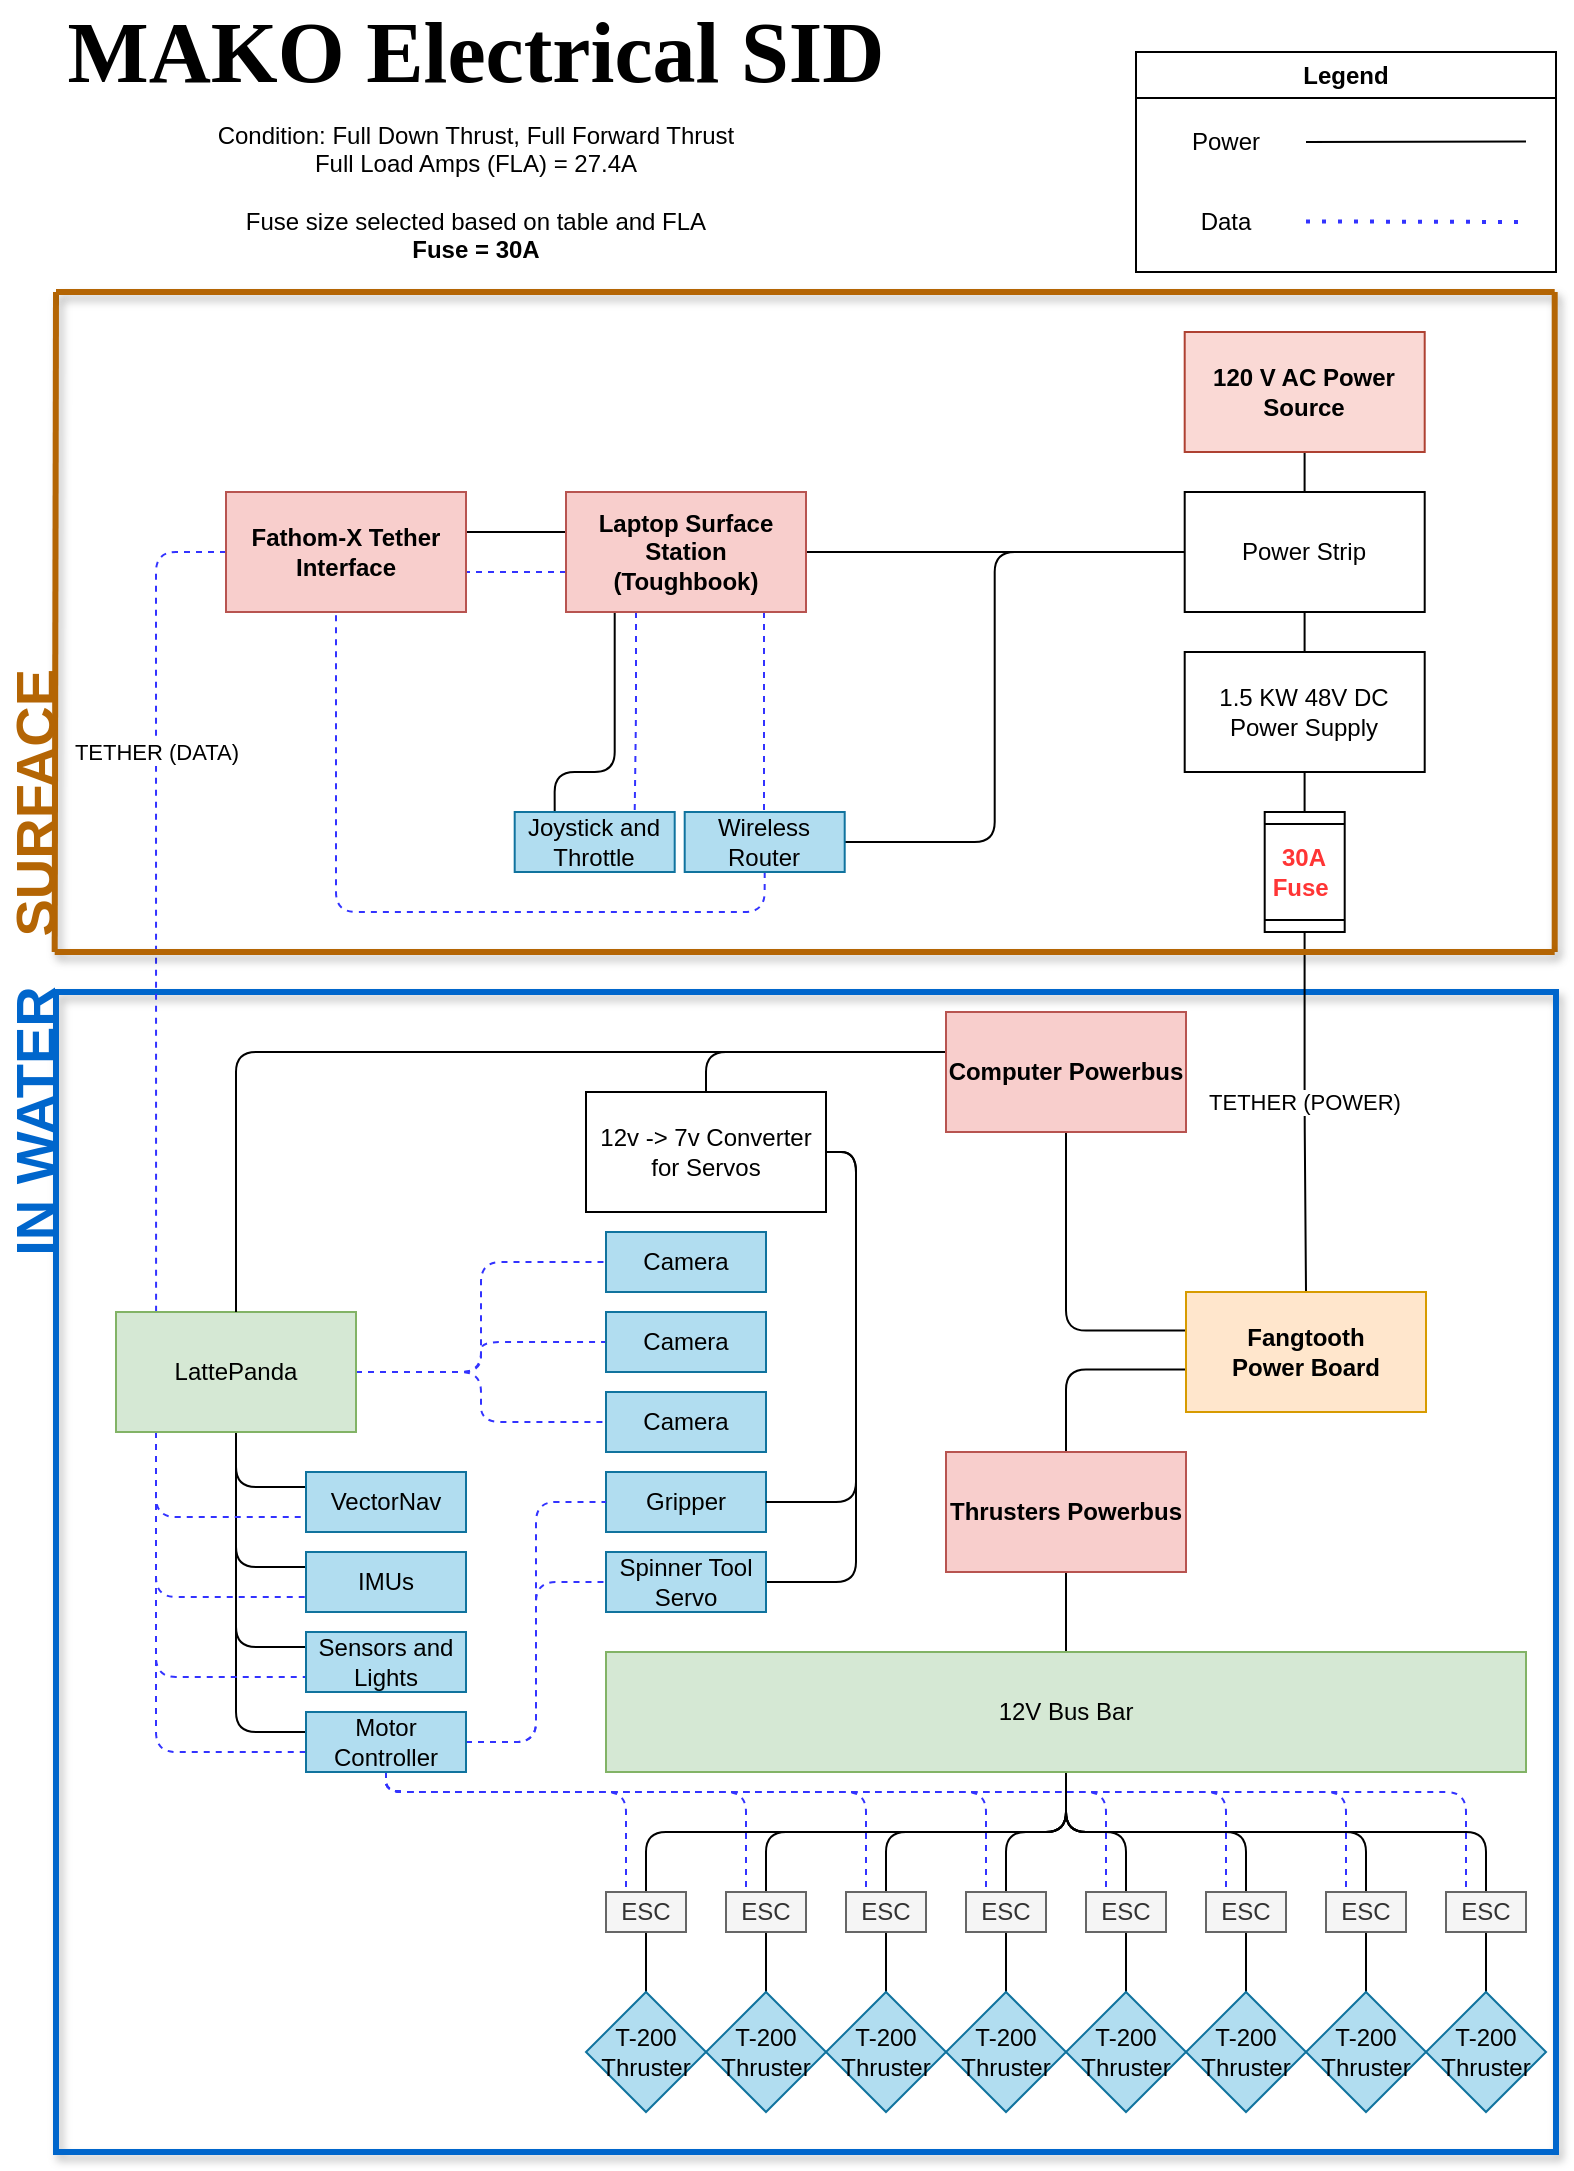
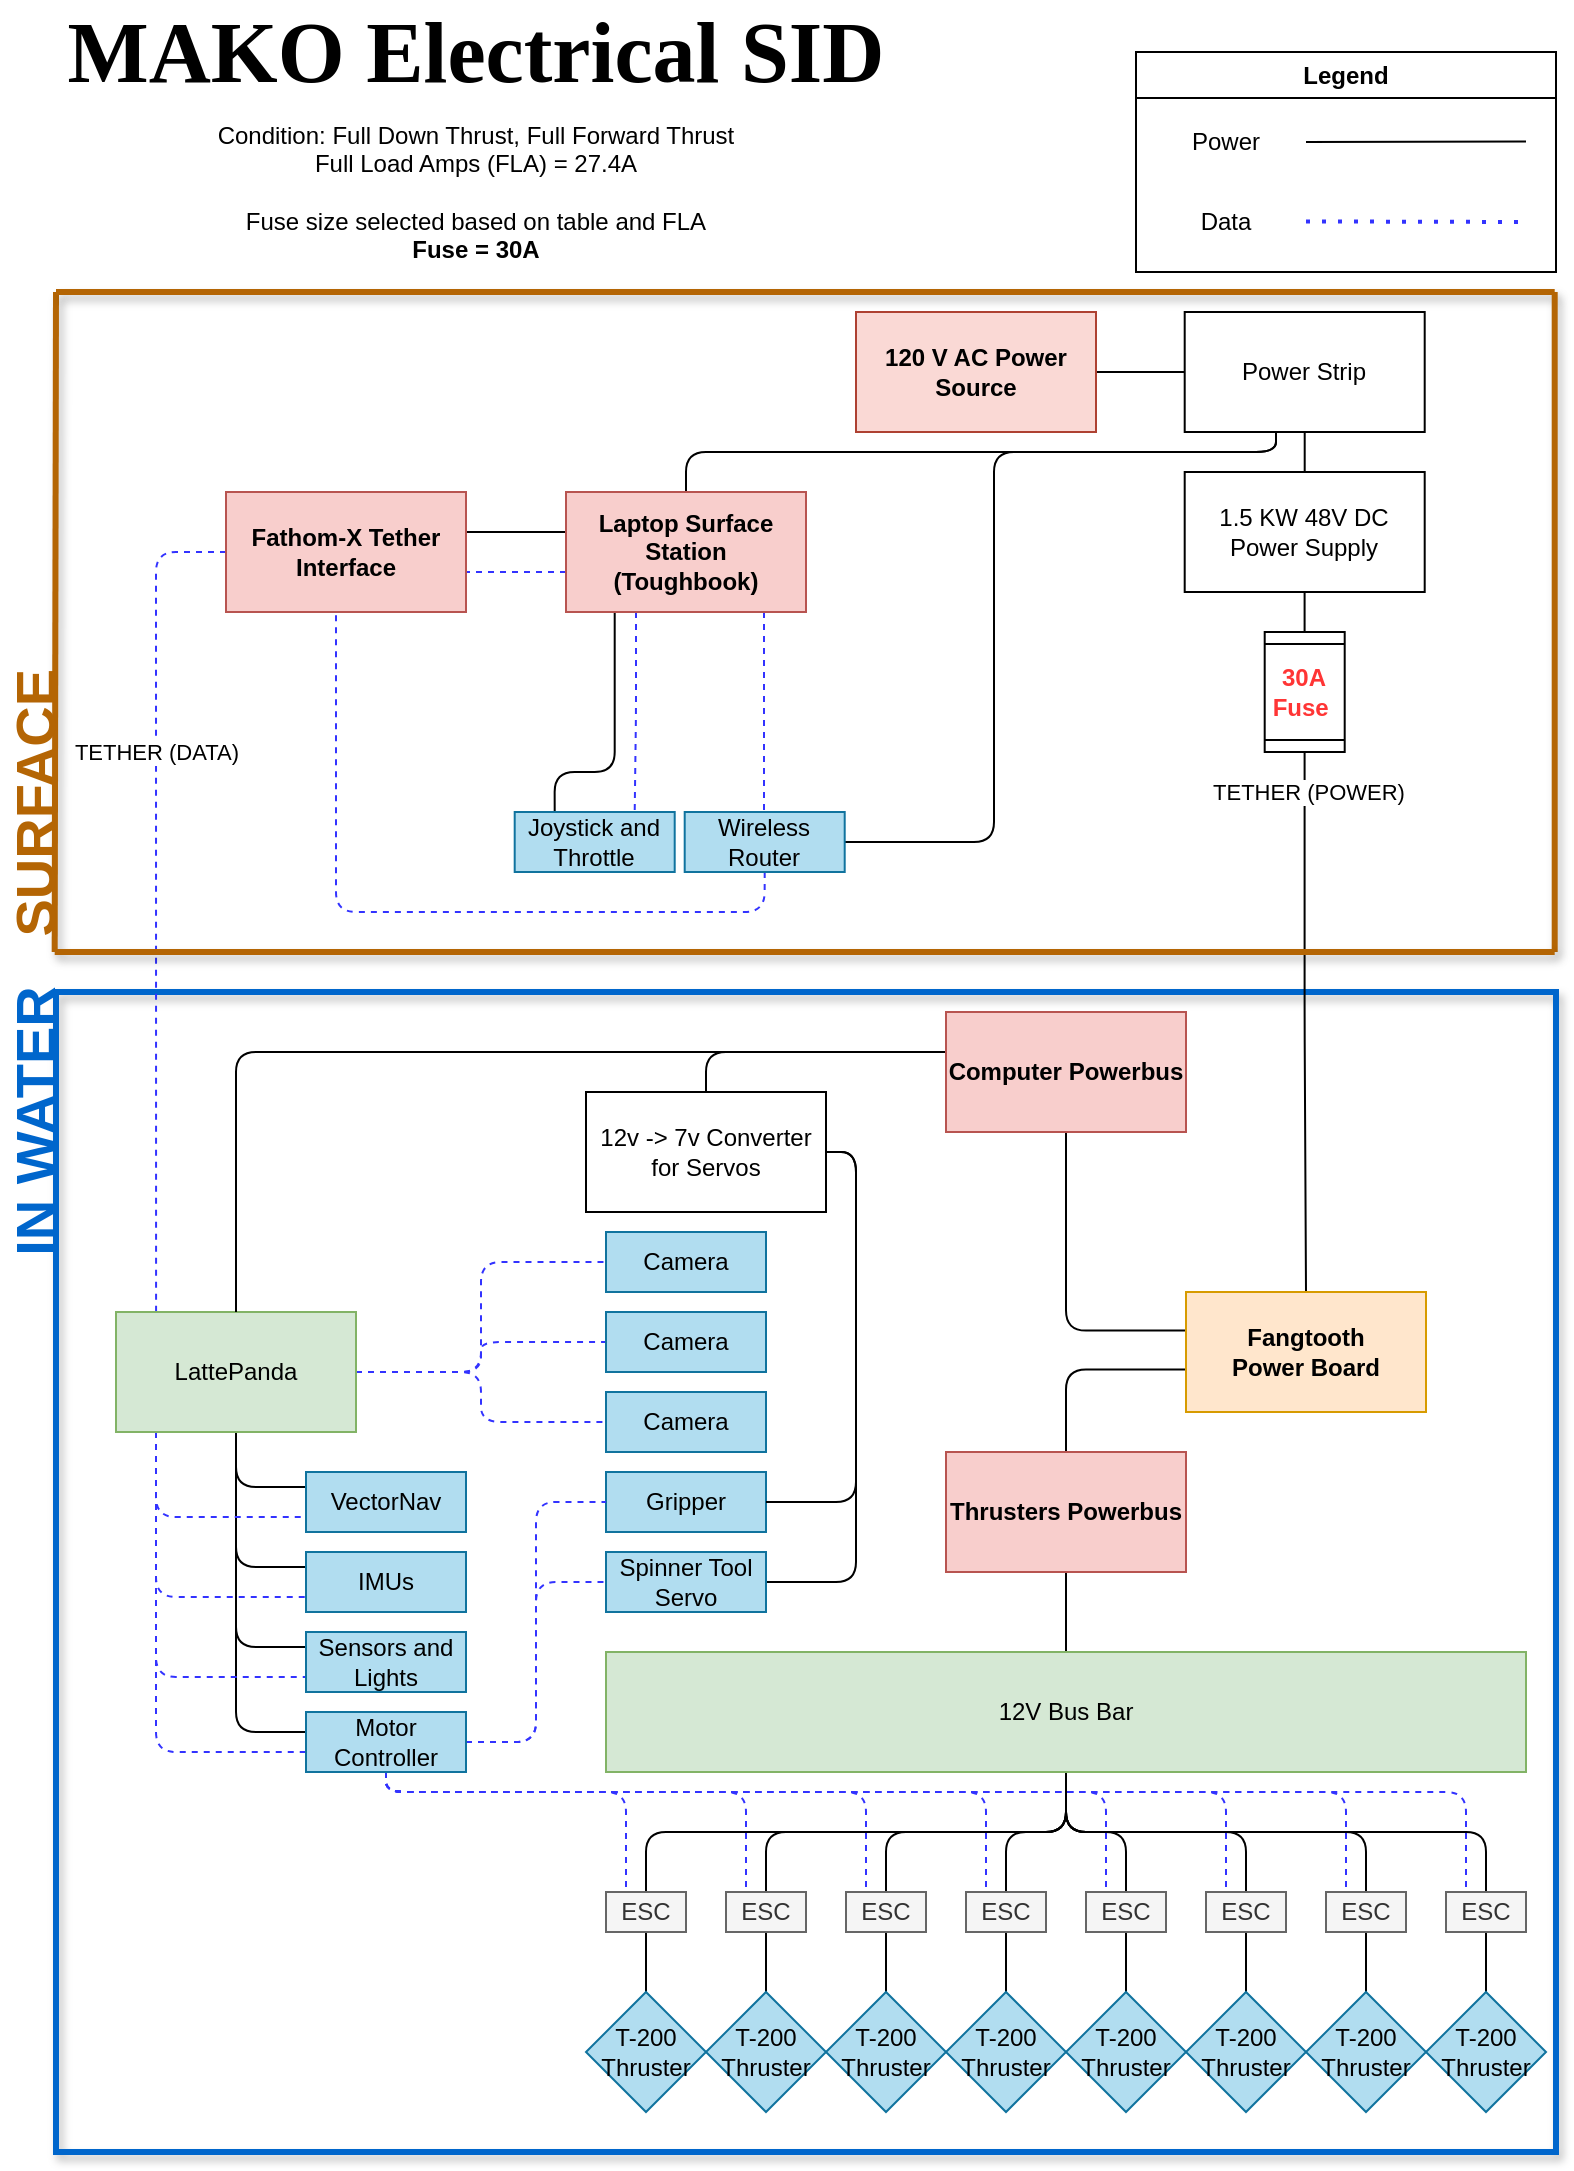
<mxfile host="app.diagrams.net" agent="Mozilla/5.0 (Windows NT 10.0; Win64; x64; rv:139.0) Gecko/20100101 Firefox/139.0">
  <diagram name="Page-1" id="doaNbLGYiiKzRFzNWdXi">
-     <mxGraphModel dx="567" dy="822" grid="1" gridSize="10" guides="1" tooltips="1" connect="1" arrows="1" fold="1" page="1" pageScale="1" pageWidth="850" pageHeight="1100" math="0" shadow="0">
+     <mxGraphModel dx="862" dy="993" grid="1" gridSize="10" guides="1" tooltips="1" connect="1" arrows="1" fold="1" page="1" pageScale="1" pageWidth="850" pageHeight="1100" math="0" shadow="0">
      <root>
        <mxCell id="0" />
        <mxCell id="1" parent="0" />
        <mxCell id="0vSBfI8_46AL9H7hPHAw-18" parent="1" style="rounded=0;whiteSpace=wrap;html=1;fillColor=none;strokeWidth=3;strokeColor=#0066CC;glass=0;shadow=1;" value="" vertex="1">
          <mxGeometry height="580" width="750" x="890" y="500" as="geometry" />
        </mxCell>
        <mxCell id="59XTsty1G1Yx93DkZX_j-1" parent="1" style="text;html=1;whiteSpace=wrap;strokeColor=none;fillColor=none;align=center;verticalAlign=middle;rounded=0;fontFamily=Times New Roman;fontStyle=1" value="&lt;font style=&quot;font-size: 43px;&quot;&gt;&lt;span&gt;MAKO Electrical SID&lt;/span&gt;&lt;/font&gt;" vertex="1">
          <mxGeometry height="40" width="420" x="890" y="10" as="geometry" />
        </mxCell>
        <mxCell id="59XTsty1G1Yx93DkZX_j-24" edge="1" parent="1" style="edgeStyle=orthogonalEdgeStyle;rounded=0;orthogonalLoop=1;jettySize=auto;html=1;exitX=0.5;exitY=1;exitDx=0;exitDy=0;">
          <mxGeometry relative="1" as="geometry">
            <mxPoint x="1435" y="910" as="sourcePoint" />
            <mxPoint x="1435" y="910" as="targetPoint" />
          </mxGeometry>
        </mxCell>
        <mxCell id="59XTsty1G1Yx93DkZX_j-45" parent="1" style="swimlane;whiteSpace=wrap;html=1;" value="Legend" vertex="1">
          <mxGeometry height="110" width="210" x="1430" y="30" as="geometry" />
        </mxCell>
        <mxCell id="59XTsty1G1Yx93DkZX_j-46" parent="59XTsty1G1Yx93DkZX_j-45" style="text;html=1;whiteSpace=wrap;strokeColor=none;fillColor=none;align=center;verticalAlign=middle;rounded=0;" value="Power" vertex="1">
          <mxGeometry height="30" width="60" x="15" y="30" as="geometry" />
        </mxCell>
        <mxCell id="59XTsty1G1Yx93DkZX_j-47" parent="59XTsty1G1Yx93DkZX_j-45" style="text;html=1;whiteSpace=wrap;strokeColor=none;fillColor=none;align=center;verticalAlign=middle;rounded=0;" value="Data" vertex="1">
          <mxGeometry height="30" width="60" x="15" y="70" as="geometry" />
        </mxCell>
        <mxCell id="59XTsty1G1Yx93DkZX_j-53" edge="1" parent="59XTsty1G1Yx93DkZX_j-45" style="endArrow=none;dashed=1;html=1;dashPattern=1 3;strokeWidth=2;strokeColor=#3333FF;" value="">
          <mxGeometry height="50" relative="1" width="50" as="geometry">
            <mxPoint x="85" y="84.72" as="sourcePoint" />
            <mxPoint x="195" y="85" as="targetPoint" />
          </mxGeometry>
        </mxCell>
        <mxCell id="59XTsty1G1Yx93DkZX_j-54" edge="1" parent="59XTsty1G1Yx93DkZX_j-45" style="endArrow=none;html=1;strokeColor=#000000;" value="">
          <mxGeometry height="50" relative="1" width="50" as="geometry">
            <mxPoint x="85" y="45.06" as="sourcePoint" />
            <mxPoint x="195" y="44.78" as="targetPoint" />
          </mxGeometry>
        </mxCell>
        <mxCell id="59XTsty1G1Yx93DkZX_j-216" edge="1" parent="1" source="59XTsty1G1Yx93DkZX_j-57" style="edgeStyle=orthogonalEdgeStyle;orthogonalLoop=1;jettySize=auto;html=1;endArrow=none;endFill=0;" target="59XTsty1G1Yx93DkZX_j-208" value="">
          <mxGeometry relative="1" as="geometry" />
        </mxCell>
        <mxCell id="59XTsty1G1Yx93DkZX_j-57" parent="1" style="rounded=0;whiteSpace=wrap;html=1;fillColor=#fad9d5;strokeColor=#ae4132;fontStyle=1" value="120 V AC Power Source" vertex="1">
-           <mxGeometry height="60" width="120" x="1454.35" y="170" as="geometry" />
+           <mxGeometry height="60" width="120" x="1290" y="160" as="geometry" />
        </mxCell>
        <mxCell id="59XTsty1G1Yx93DkZX_j-71" edge="1" parent="1" source="59XTsty1G1Yx93DkZX_j-66" style="edgeStyle=orthogonalEdgeStyle;orthogonalLoop=1;jettySize=auto;html=1;endArrow=none;endFill=0;" target="59XTsty1G1Yx93DkZX_j-70" value="">
          <mxGeometry relative="1" as="geometry" />
        </mxCell>
        <mxCell id="59XTsty1G1Yx93DkZX_j-66" parent="1" style="rounded=0;whiteSpace=wrap;html=1;" value="&lt;div&gt;1.5 KW 48V DC Power Supply&lt;/div&gt;" vertex="1">
-           <mxGeometry height="60" width="120" x="1454.35" y="330" as="geometry" />
+           <mxGeometry height="60" width="120" x="1454.35" y="240" as="geometry" />
        </mxCell>
        <mxCell id="59XTsty1G1Yx93DkZX_j-81" edge="1" parent="1" source="59XTsty1G1Yx93DkZX_j-70" style="edgeStyle=orthogonalEdgeStyle;orthogonalLoop=1;jettySize=auto;html=1;entryX=0.5;entryY=0;entryDx=0;entryDy=0;endArrow=none;endFill=0;" target="59XTsty1G1Yx93DkZX_j-101" value="">
          <mxGeometry relative="1" as="geometry">
            <mxPoint x="1515" y="470" as="targetPoint" />
          </mxGeometry>
        </mxCell>
        <mxCell id="59XTsty1G1Yx93DkZX_j-99" connectable="0" parent="59XTsty1G1Yx93DkZX_j-81" style="edgeLabel;html=1;align=center;verticalAlign=middle;resizable=0;points=[];" value="TETHER (POWER)" vertex="1">
          <mxGeometry relative="1" x="-0.062" y="-1" as="geometry">
-             <mxPoint as="offset" />
+             <mxPoint x="2" y="-107" as="offset" />
          </mxGeometry>
        </mxCell>
        <mxCell id="59XTsty1G1Yx93DkZX_j-70" parent="1" style="shape=process;whiteSpace=wrap;html=1;backgroundOutline=1;rounded=0;direction=south;" value="&lt;div&gt;&lt;b style=&quot;color: rgb(255, 53, 53);&quot;&gt;30A&lt;/b&gt;&lt;/div&gt;&lt;div&gt;&lt;b style=&quot;color: rgb(255, 53, 53);&quot;&gt;Fuse&amp;nbsp;&lt;/b&gt;&lt;/div&gt;" vertex="1">
-           <mxGeometry height="60" width="40" x="1494.35" y="410" as="geometry" />
+           <mxGeometry height="60" width="40" x="1494.35" y="320" as="geometry" />
        </mxCell>
        <mxCell id="59XTsty1G1Yx93DkZX_j-83" parent="1" style="text;html=1;whiteSpace=wrap;strokeColor=none;fillColor=none;align=center;verticalAlign=middle;rounded=0;" value="&lt;div&gt;Condition: Full Down Thrust, Full Forward Thrust&lt;/div&gt;&lt;div&gt;Full Load Amps (FLA) = 27.4A&lt;/div&gt;&lt;div&gt;&lt;br&gt;&lt;/div&gt;&lt;div&gt;Fuse size selected based on table and FLA&lt;/div&gt;&lt;div&gt;&lt;b&gt;Fuse = 30A&lt;/b&gt;&lt;/div&gt;" vertex="1">
          <mxGeometry height="80" width="410" x="894.9999999999999" y="60" as="geometry" />
        </mxCell>
        <mxCell id="59XTsty1G1Yx93DkZX_j-205" edge="1" parent="1" source="59XTsty1G1Yx93DkZX_j-101" style="edgeStyle=orthogonalEdgeStyle;orthogonalLoop=1;jettySize=auto;html=1;entryX=0.5;entryY=1;entryDx=0;entryDy=0;exitX=-0.004;exitY=0.321;exitDx=0;exitDy=0;exitPerimeter=0;endArrow=none;endFill=0;" target="59XTsty1G1Yx93DkZX_j-180">
          <mxGeometry relative="1" as="geometry" />
        </mxCell>
        <mxCell id="59XTsty1G1Yx93DkZX_j-206" edge="1" parent="1" source="59XTsty1G1Yx93DkZX_j-101" style="edgeStyle=orthogonalEdgeStyle;orthogonalLoop=1;jettySize=auto;html=1;exitX=0.001;exitY=0.645;exitDx=0;exitDy=0;exitPerimeter=0;endArrow=none;endFill=0;" target="59XTsty1G1Yx93DkZX_j-102">
          <mxGeometry relative="1" as="geometry" />
        </mxCell>
        <mxCell id="59XTsty1G1Yx93DkZX_j-101" parent="1" style="rounded=0;whiteSpace=wrap;html=1;fillColor=#ffe6cc;strokeColor=#d79b00;fontStyle=1" value="&lt;div&gt;Fangtooth&lt;/div&gt;&lt;div&gt;Power Board&lt;/div&gt;" vertex="1">
          <mxGeometry height="60" width="120" x="1455" y="650" as="geometry" />
        </mxCell>
        <mxCell id="59XTsty1G1Yx93DkZX_j-113" edge="1" parent="1" source="59XTsty1G1Yx93DkZX_j-102" style="edgeStyle=orthogonalEdgeStyle;orthogonalLoop=1;jettySize=auto;html=1;entryX=0.5;entryY=0;entryDx=0;entryDy=0;endArrow=none;endFill=0;" target="59XTsty1G1Yx93DkZX_j-108">
          <mxGeometry relative="1" as="geometry" />
        </mxCell>
        <mxCell id="59XTsty1G1Yx93DkZX_j-102" parent="1" style="rounded=0;whiteSpace=wrap;html=1;fillColor=#f8cecc;strokeColor=#b85450;fontStyle=1" value="Thrusters Powerbus" vertex="1">
          <mxGeometry height="60" width="120" x="1335" y="730" as="geometry" />
        </mxCell>
        <mxCell id="59XTsty1G1Yx93DkZX_j-135" edge="1" parent="1" source="59XTsty1G1Yx93DkZX_j-108" style="edgeStyle=orthogonalEdgeStyle;orthogonalLoop=1;jettySize=auto;html=1;entryX=0.5;entryY=0;entryDx=0;entryDy=0;endArrow=none;endFill=0;" target="59XTsty1G1Yx93DkZX_j-116">
          <mxGeometry relative="1" as="geometry" />
        </mxCell>
        <mxCell id="59XTsty1G1Yx93DkZX_j-137" edge="1" parent="1" source="59XTsty1G1Yx93DkZX_j-108" style="edgeStyle=orthogonalEdgeStyle;orthogonalLoop=1;jettySize=auto;html=1;entryX=0.5;entryY=0;entryDx=0;entryDy=0;endArrow=none;endFill=0;" target="59XTsty1G1Yx93DkZX_j-120">
          <mxGeometry relative="1" as="geometry" />
        </mxCell>
        <mxCell id="59XTsty1G1Yx93DkZX_j-138" edge="1" parent="1" source="59XTsty1G1Yx93DkZX_j-108" style="edgeStyle=orthogonalEdgeStyle;orthogonalLoop=1;jettySize=auto;html=1;entryX=0.5;entryY=0;entryDx=0;entryDy=0;endArrow=none;endFill=0;" target="59XTsty1G1Yx93DkZX_j-117">
          <mxGeometry relative="1" as="geometry" />
        </mxCell>
        <mxCell id="59XTsty1G1Yx93DkZX_j-139" edge="1" parent="1" source="59XTsty1G1Yx93DkZX_j-108" style="edgeStyle=orthogonalEdgeStyle;orthogonalLoop=1;jettySize=auto;html=1;entryX=0.5;entryY=0;entryDx=0;entryDy=0;endArrow=none;endFill=0;" target="59XTsty1G1Yx93DkZX_j-118">
          <mxGeometry relative="1" as="geometry" />
        </mxCell>
        <mxCell id="59XTsty1G1Yx93DkZX_j-140" edge="1" parent="1" source="59XTsty1G1Yx93DkZX_j-108" style="edgeStyle=orthogonalEdgeStyle;orthogonalLoop=1;jettySize=auto;html=1;entryX=0.5;entryY=0;entryDx=0;entryDy=0;endArrow=none;endFill=0;" target="59XTsty1G1Yx93DkZX_j-121">
          <mxGeometry relative="1" as="geometry" />
        </mxCell>
        <mxCell id="59XTsty1G1Yx93DkZX_j-141" edge="1" parent="1" source="59XTsty1G1Yx93DkZX_j-108" style="edgeStyle=orthogonalEdgeStyle;orthogonalLoop=1;jettySize=auto;html=1;entryX=0.5;entryY=0;entryDx=0;entryDy=0;endArrow=none;endFill=0;" target="59XTsty1G1Yx93DkZX_j-122">
          <mxGeometry relative="1" as="geometry" />
        </mxCell>
        <mxCell id="59XTsty1G1Yx93DkZX_j-142" edge="1" parent="1" source="59XTsty1G1Yx93DkZX_j-108" style="edgeStyle=orthogonalEdgeStyle;orthogonalLoop=1;jettySize=auto;html=1;entryX=0.5;entryY=0;entryDx=0;entryDy=0;endArrow=none;endFill=0;" target="59XTsty1G1Yx93DkZX_j-123">
          <mxGeometry relative="1" as="geometry" />
        </mxCell>
        <mxCell id="59XTsty1G1Yx93DkZX_j-143" edge="1" parent="1" source="59XTsty1G1Yx93DkZX_j-108" style="edgeStyle=orthogonalEdgeStyle;orthogonalLoop=1;jettySize=auto;html=1;endArrow=none;endFill=0;" target="59XTsty1G1Yx93DkZX_j-124">
          <mxGeometry relative="1" as="geometry" />
        </mxCell>
        <mxCell id="59XTsty1G1Yx93DkZX_j-108" parent="1" style="rounded=0;whiteSpace=wrap;html=1;fillColor=#d5e8d4;strokeColor=#82b366;fontStyle=0" value="&lt;span&gt;12V Bus Bar&lt;/span&gt;" vertex="1">
          <mxGeometry height="60" width="460" x="1165" y="830" as="geometry" />
        </mxCell>
        <mxCell id="59XTsty1G1Yx93DkZX_j-158" edge="1" parent="1" source="59XTsty1G1Yx93DkZX_j-111" style="edgeStyle=orthogonalEdgeStyle;orthogonalLoop=1;jettySize=auto;html=1;entryX=0;entryY=0.5;entryDx=0;entryDy=0;dashed=1;strokeColor=#3333FF;endArrow=none;endFill=0;" target="59XTsty1G1Yx93DkZX_j-154">
          <mxGeometry relative="1" as="geometry" />
        </mxCell>
        <mxCell id="59XTsty1G1Yx93DkZX_j-159" edge="1" parent="1" source="59XTsty1G1Yx93DkZX_j-111" style="edgeStyle=orthogonalEdgeStyle;orthogonalLoop=1;jettySize=auto;html=1;entryX=0;entryY=0.5;entryDx=0;entryDy=0;dashed=1;strokeColor=#3333FF;endArrow=none;endFill=0;" target="59XTsty1G1Yx93DkZX_j-153">
          <mxGeometry relative="1" as="geometry" />
        </mxCell>
        <mxCell id="59XTsty1G1Yx93DkZX_j-232" edge="1" parent="1" source="59XTsty1G1Yx93DkZX_j-111" style="edgeStyle=orthogonalEdgeStyle;orthogonalLoop=1;jettySize=auto;html=1;entryX=0;entryY=0.25;entryDx=0;entryDy=0;endArrow=none;endFill=0;" target="59XTsty1G1Yx93DkZX_j-164">
          <mxGeometry relative="1" as="geometry">
            <Array as="points">
              <mxPoint x="980" y="748" />
            </Array>
          </mxGeometry>
        </mxCell>
        <mxCell id="59XTsty1G1Yx93DkZX_j-233" edge="1" parent="1" source="59XTsty1G1Yx93DkZX_j-111" style="edgeStyle=orthogonalEdgeStyle;orthogonalLoop=1;jettySize=auto;html=1;entryX=0;entryY=0.25;entryDx=0;entryDy=0;endArrow=none;endFill=0;" target="59XTsty1G1Yx93DkZX_j-163">
          <mxGeometry relative="1" as="geometry">
            <Array as="points">
              <mxPoint x="980" y="788" />
            </Array>
          </mxGeometry>
        </mxCell>
        <mxCell id="59XTsty1G1Yx93DkZX_j-234" edge="1" parent="1" source="59XTsty1G1Yx93DkZX_j-111" style="edgeStyle=orthogonalEdgeStyle;orthogonalLoop=1;jettySize=auto;html=1;entryX=0;entryY=0.25;entryDx=0;entryDy=0;endArrow=none;endFill=0;" target="59XTsty1G1Yx93DkZX_j-165">
          <mxGeometry relative="1" as="geometry">
            <Array as="points">
              <mxPoint x="980" y="828" />
            </Array>
          </mxGeometry>
        </mxCell>
        <mxCell id="59XTsty1G1Yx93DkZX_j-235" edge="1" parent="1" source="59XTsty1G1Yx93DkZX_j-111" style="edgeStyle=orthogonalEdgeStyle;orthogonalLoop=1;jettySize=auto;html=1;entryX=0.003;entryY=0.353;entryDx=0;entryDy=0;entryPerimeter=0;endArrow=none;endFill=0;" target="59XTsty1G1Yx93DkZX_j-231">
          <mxGeometry relative="1" as="geometry">
            <Array as="points">
              <mxPoint x="980" y="870" />
              <mxPoint x="1015" y="870" />
            </Array>
          </mxGeometry>
        </mxCell>
        <mxCell id="59XTsty1G1Yx93DkZX_j-236" edge="1" parent="1" source="59XTsty1G1Yx93DkZX_j-111" style="edgeStyle=orthogonalEdgeStyle;orthogonalLoop=1;jettySize=auto;html=1;entryX=-0.002;entryY=0.647;entryDx=0;entryDy=0;dashed=1;strokeColor=#3333FF;entryPerimeter=0;endArrow=none;endFill=0;" target="59XTsty1G1Yx93DkZX_j-231">
          <mxGeometry relative="1" as="geometry">
            <Array as="points">
              <mxPoint x="940" y="880" />
              <mxPoint x="1015" y="880" />
            </Array>
          </mxGeometry>
        </mxCell>
        <mxCell id="59XTsty1G1Yx93DkZX_j-237" edge="1" parent="1" source="59XTsty1G1Yx93DkZX_j-111" style="edgeStyle=orthogonalEdgeStyle;orthogonalLoop=1;jettySize=auto;html=1;entryX=0;entryY=0.75;entryDx=0;entryDy=0;dashed=1;strokeColor=#3333FF;endArrow=none;endFill=0;" target="59XTsty1G1Yx93DkZX_j-165">
          <mxGeometry relative="1" as="geometry">
            <Array as="points">
              <mxPoint x="940" y="843" />
            </Array>
          </mxGeometry>
        </mxCell>
        <mxCell id="59XTsty1G1Yx93DkZX_j-238" edge="1" parent="1" source="59XTsty1G1Yx93DkZX_j-111" style="edgeStyle=orthogonalEdgeStyle;orthogonalLoop=1;jettySize=auto;html=1;entryX=0;entryY=0.75;entryDx=0;entryDy=0;dashed=1;strokeColor=#3333FF;endArrow=none;endFill=0;" target="59XTsty1G1Yx93DkZX_j-163">
          <mxGeometry relative="1" as="geometry">
            <Array as="points">
              <mxPoint x="940" y="803" />
            </Array>
          </mxGeometry>
        </mxCell>
        <mxCell id="59XTsty1G1Yx93DkZX_j-239" edge="1" parent="1" source="59XTsty1G1Yx93DkZX_j-111" style="edgeStyle=orthogonalEdgeStyle;orthogonalLoop=1;jettySize=auto;html=1;entryX=0;entryY=0.75;entryDx=0;entryDy=0;dashed=1;strokeColor=#3333FF;endArrow=none;endFill=0;" target="59XTsty1G1Yx93DkZX_j-164">
          <mxGeometry relative="1" as="geometry">
            <Array as="points">
              <mxPoint x="940" y="763" />
            </Array>
          </mxGeometry>
        </mxCell>
        <mxCell id="0vSBfI8_46AL9H7hPHAw-38" edge="1" parent="1" source="59XTsty1G1Yx93DkZX_j-111" style="edgeStyle=orthogonalEdgeStyle;rounded=1;orthogonalLoop=1;jettySize=auto;html=1;entryX=0;entryY=0.5;entryDx=0;entryDy=0;curved=0;endArrow=none;endFill=0;dashed=1;strokeColor=#3333FF;" target="0vSBfI8_46AL9H7hPHAw-37">
          <mxGeometry relative="1" as="geometry" />
        </mxCell>
        <mxCell id="59XTsty1G1Yx93DkZX_j-111" parent="1" style="rounded=0;whiteSpace=wrap;html=1;fillColor=#d5e8d4;strokeColor=#82b366;" value="LattePanda" vertex="1">
          <mxGeometry height="60" width="120" x="920" y="660" as="geometry" />
        </mxCell>
        <mxCell id="59XTsty1G1Yx93DkZX_j-145" edge="1" parent="1" source="59XTsty1G1Yx93DkZX_j-116" style="edgeStyle=orthogonalEdgeStyle;orthogonalLoop=1;jettySize=auto;html=1;entryX=0.5;entryY=0;entryDx=0;entryDy=0;endArrow=none;endFill=0;" target="59XTsty1G1Yx93DkZX_j-126">
          <mxGeometry relative="1" as="geometry" />
        </mxCell>
        <mxCell id="59XTsty1G1Yx93DkZX_j-116" parent="1" style="rounded=0;whiteSpace=wrap;html=1;fillColor=#f5f5f5;fontColor=#333333;strokeColor=#666666;" value="ESC" vertex="1">
          <mxGeometry height="20" width="40" x="1165" y="950" as="geometry" />
        </mxCell>
        <mxCell id="59XTsty1G1Yx93DkZX_j-147" edge="1" parent="1" source="59XTsty1G1Yx93DkZX_j-117" style="edgeStyle=orthogonalEdgeStyle;orthogonalLoop=1;jettySize=auto;html=1;entryX=0.5;entryY=0;entryDx=0;entryDy=0;endArrow=none;endFill=0;" target="59XTsty1G1Yx93DkZX_j-128">
          <mxGeometry relative="1" as="geometry" />
        </mxCell>
        <mxCell id="59XTsty1G1Yx93DkZX_j-117" parent="1" style="rounded=0;whiteSpace=wrap;html=1;fillColor=#f5f5f5;fontColor=#333333;strokeColor=#666666;" value="ESC" vertex="1">
          <mxGeometry height="20" width="40" x="1285" y="950" as="geometry" />
        </mxCell>
        <mxCell id="59XTsty1G1Yx93DkZX_j-148" edge="1" parent="1" source="59XTsty1G1Yx93DkZX_j-118" style="edgeStyle=orthogonalEdgeStyle;orthogonalLoop=1;jettySize=auto;html=1;entryX=0.5;entryY=0;entryDx=0;entryDy=0;endArrow=none;endFill=0;" target="59XTsty1G1Yx93DkZX_j-129">
          <mxGeometry relative="1" as="geometry" />
        </mxCell>
        <mxCell id="59XTsty1G1Yx93DkZX_j-118" parent="1" style="rounded=0;whiteSpace=wrap;html=1;fillColor=#f5f5f5;fontColor=#333333;strokeColor=#666666;" value="ESC" vertex="1">
          <mxGeometry height="20" width="40" x="1345" y="950" as="geometry" />
        </mxCell>
        <mxCell id="59XTsty1G1Yx93DkZX_j-146" edge="1" parent="1" source="59XTsty1G1Yx93DkZX_j-120" style="edgeStyle=orthogonalEdgeStyle;orthogonalLoop=1;jettySize=auto;html=1;entryX=0.5;entryY=0;entryDx=0;entryDy=0;endArrow=none;endFill=0;" target="59XTsty1G1Yx93DkZX_j-127">
          <mxGeometry relative="1" as="geometry" />
        </mxCell>
        <mxCell id="59XTsty1G1Yx93DkZX_j-120" parent="1" style="rounded=0;whiteSpace=wrap;html=1;fillColor=#f5f5f5;fontColor=#333333;strokeColor=#666666;" value="ESC" vertex="1">
          <mxGeometry height="20" width="40" x="1225" y="950" as="geometry" />
        </mxCell>
        <mxCell id="59XTsty1G1Yx93DkZX_j-149" edge="1" parent="1" source="59XTsty1G1Yx93DkZX_j-121" style="edgeStyle=orthogonalEdgeStyle;orthogonalLoop=1;jettySize=auto;html=1;entryX=0.5;entryY=0;entryDx=0;entryDy=0;endArrow=none;endFill=0;" target="59XTsty1G1Yx93DkZX_j-130">
          <mxGeometry relative="1" as="geometry" />
        </mxCell>
        <mxCell id="59XTsty1G1Yx93DkZX_j-121" parent="1" style="rounded=0;whiteSpace=wrap;html=1;fillColor=#f5f5f5;fontColor=#333333;strokeColor=#666666;" value="ESC" vertex="1">
          <mxGeometry height="20" width="40" x="1405" y="950" as="geometry" />
        </mxCell>
        <mxCell id="59XTsty1G1Yx93DkZX_j-150" edge="1" parent="1" source="59XTsty1G1Yx93DkZX_j-122" style="edgeStyle=orthogonalEdgeStyle;orthogonalLoop=1;jettySize=auto;html=1;entryX=0.5;entryY=0;entryDx=0;entryDy=0;endArrow=none;endFill=0;" target="59XTsty1G1Yx93DkZX_j-131">
          <mxGeometry relative="1" as="geometry" />
        </mxCell>
        <mxCell id="59XTsty1G1Yx93DkZX_j-122" parent="1" style="rounded=0;whiteSpace=wrap;html=1;fillColor=#f5f5f5;fontColor=#333333;strokeColor=#666666;" value="ESC" vertex="1">
          <mxGeometry height="20" width="40" x="1465" y="950" as="geometry" />
        </mxCell>
        <mxCell id="59XTsty1G1Yx93DkZX_j-151" edge="1" parent="1" source="59XTsty1G1Yx93DkZX_j-123" style="edgeStyle=orthogonalEdgeStyle;orthogonalLoop=1;jettySize=auto;html=1;entryX=0.5;entryY=0;entryDx=0;entryDy=0;endArrow=none;endFill=0;" target="59XTsty1G1Yx93DkZX_j-132">
          <mxGeometry relative="1" as="geometry" />
        </mxCell>
        <mxCell id="59XTsty1G1Yx93DkZX_j-123" parent="1" style="rounded=0;whiteSpace=wrap;html=1;fillColor=#f5f5f5;fontColor=#333333;strokeColor=#666666;" value="ESC" vertex="1">
          <mxGeometry height="20" width="40" x="1525" y="950" as="geometry" />
        </mxCell>
        <mxCell id="59XTsty1G1Yx93DkZX_j-152" edge="1" parent="1" source="59XTsty1G1Yx93DkZX_j-124" style="edgeStyle=orthogonalEdgeStyle;orthogonalLoop=1;jettySize=auto;html=1;entryX=0.5;entryY=0;entryDx=0;entryDy=0;endArrow=none;endFill=0;" target="59XTsty1G1Yx93DkZX_j-133">
          <mxGeometry relative="1" as="geometry" />
        </mxCell>
        <mxCell id="59XTsty1G1Yx93DkZX_j-124" parent="1" style="rounded=0;whiteSpace=wrap;html=1;fillColor=#f5f5f5;fontColor=#333333;strokeColor=#666666;" value="ESC" vertex="1">
          <mxGeometry height="20" width="40" x="1585" y="950" as="geometry" />
        </mxCell>
        <mxCell id="59XTsty1G1Yx93DkZX_j-126" parent="1" style="rhombus;whiteSpace=wrap;html=1;fillColor=#b1ddf0;strokeColor=#10739e;" value="T-200 Thruster" vertex="1">
          <mxGeometry height="60" width="60" x="1155" y="1000" as="geometry" />
        </mxCell>
        <mxCell id="59XTsty1G1Yx93DkZX_j-127" parent="1" style="rhombus;whiteSpace=wrap;html=1;fillColor=#b1ddf0;strokeColor=#10739e;" value="T-200 Thruster" vertex="1">
          <mxGeometry height="60" width="60" x="1215" y="1000" as="geometry" />
        </mxCell>
        <mxCell id="59XTsty1G1Yx93DkZX_j-128" parent="1" style="rhombus;whiteSpace=wrap;html=1;fillColor=#b1ddf0;strokeColor=#10739e;" value="T-200 Thruster" vertex="1">
          <mxGeometry height="60" width="60" x="1275" y="1000" as="geometry" />
        </mxCell>
        <mxCell id="59XTsty1G1Yx93DkZX_j-129" parent="1" style="rhombus;whiteSpace=wrap;html=1;fillColor=#b1ddf0;strokeColor=#10739e;" value="T-200 Thruster" vertex="1">
          <mxGeometry height="60" width="60" x="1335" y="1000" as="geometry" />
        </mxCell>
        <mxCell id="59XTsty1G1Yx93DkZX_j-130" parent="1" style="rhombus;whiteSpace=wrap;html=1;fillColor=#b1ddf0;strokeColor=#10739e;" value="T-200 Thruster" vertex="1">
          <mxGeometry height="60" width="60" x="1395" y="1000" as="geometry" />
        </mxCell>
        <mxCell id="59XTsty1G1Yx93DkZX_j-131" parent="1" style="rhombus;whiteSpace=wrap;html=1;fillColor=#b1ddf0;strokeColor=#10739e;" value="T-200 Thruster" vertex="1">
          <mxGeometry height="60" width="60" x="1455" y="1000" as="geometry" />
        </mxCell>
        <mxCell id="59XTsty1G1Yx93DkZX_j-132" parent="1" style="rhombus;whiteSpace=wrap;html=1;fillColor=#b1ddf0;strokeColor=#10739e;" value="T-200 Thruster" vertex="1">
          <mxGeometry height="60" width="60" x="1515" y="1000" as="geometry" />
        </mxCell>
        <mxCell id="59XTsty1G1Yx93DkZX_j-133" parent="1" style="rhombus;whiteSpace=wrap;html=1;fillColor=#b1ddf0;strokeColor=#10739e;" value="T-200 Thruster" vertex="1">
          <mxGeometry height="60" width="60" x="1575" y="1000" as="geometry" />
        </mxCell>
        <mxCell id="59XTsty1G1Yx93DkZX_j-153" parent="1" style="rounded=0;whiteSpace=wrap;html=1;fillColor=#b1ddf0;strokeColor=#10739e;" value="Camera" vertex="1">
          <mxGeometry height="30" width="80" x="1165" y="660" as="geometry" />
        </mxCell>
        <mxCell id="59XTsty1G1Yx93DkZX_j-154" parent="1" style="rounded=0;whiteSpace=wrap;html=1;fillColor=#b1ddf0;strokeColor=#10739e;" value="Camera" vertex="1">
          <mxGeometry height="30" width="80" x="1165" y="700" as="geometry" />
        </mxCell>
        <mxCell id="59XTsty1G1Yx93DkZX_j-155" parent="1" style="rounded=0;whiteSpace=wrap;html=1;fillColor=#b1ddf0;strokeColor=#10739e;" value="Gripper" vertex="1">
          <mxGeometry height="30" width="80" x="1165" y="740" as="geometry" />
        </mxCell>
        <mxCell id="59XTsty1G1Yx93DkZX_j-163" parent="1" style="rounded=0;whiteSpace=wrap;html=1;fillColor=#b1ddf0;strokeColor=#10739e;" value="IMUs" vertex="1">
          <mxGeometry height="30" width="80" x="1015" y="780" as="geometry" />
        </mxCell>
        <mxCell id="59XTsty1G1Yx93DkZX_j-164" parent="1" style="rounded=0;whiteSpace=wrap;html=1;fillColor=#b1ddf0;strokeColor=#10739e;" value="VectorNav" vertex="1">
          <mxGeometry height="30" width="80" x="1015" y="740" as="geometry" />
        </mxCell>
        <mxCell id="59XTsty1G1Yx93DkZX_j-165" parent="1" style="rounded=0;whiteSpace=wrap;html=1;fillColor=#b1ddf0;strokeColor=#10739e;" value="Sensors and Lights" vertex="1">
          <mxGeometry height="30" width="80" x="1015" y="820" as="geometry" />
        </mxCell>
        <mxCell id="59XTsty1G1Yx93DkZX_j-185" edge="1" parent="1" source="59XTsty1G1Yx93DkZX_j-179" style="edgeStyle=orthogonalEdgeStyle;orthogonalLoop=1;jettySize=auto;html=1;entryX=1;entryY=0.5;entryDx=0;entryDy=0;endArrow=none;endFill=0;" target="59XTsty1G1Yx93DkZX_j-155">
          <mxGeometry relative="1" as="geometry">
            <Array as="points">
              <mxPoint x="1290" y="580" />
              <mxPoint x="1290" y="755" />
            </Array>
          </mxGeometry>
        </mxCell>
        <mxCell id="0vSBfI8_46AL9H7hPHAw-5" edge="1" parent="1" source="59XTsty1G1Yx93DkZX_j-179" style="edgeStyle=orthogonalEdgeStyle;rounded=1;orthogonalLoop=1;jettySize=auto;html=1;entryX=1;entryY=0.5;entryDx=0;entryDy=0;curved=0;endArrow=none;endFill=0;" target="0vSBfI8_46AL9H7hPHAw-3">
          <mxGeometry relative="1" as="geometry">
            <Array as="points">
              <mxPoint x="1290" y="580" />
              <mxPoint x="1290" y="795" />
            </Array>
          </mxGeometry>
        </mxCell>
        <mxCell id="59XTsty1G1Yx93DkZX_j-179" parent="1" style="rounded=0;whiteSpace=wrap;html=1;" value="12v -&amp;gt; 7v Converter for Servos" vertex="1">
          <mxGeometry height="60" width="120" x="1155" y="550" as="geometry" />
        </mxCell>
        <mxCell id="59XTsty1G1Yx93DkZX_j-183" edge="1" parent="1" source="59XTsty1G1Yx93DkZX_j-180" style="edgeStyle=orthogonalEdgeStyle;orthogonalLoop=1;jettySize=auto;html=1;endArrow=none;endFill=0;" target="59XTsty1G1Yx93DkZX_j-111">
          <mxGeometry relative="1" as="geometry">
            <Array as="points">
              <mxPoint x="980" y="530" />
            </Array>
          </mxGeometry>
        </mxCell>
        <mxCell id="59XTsty1G1Yx93DkZX_j-184" edge="1" parent="1" source="59XTsty1G1Yx93DkZX_j-180" style="edgeStyle=orthogonalEdgeStyle;orthogonalLoop=1;jettySize=auto;html=1;entryX=0.5;entryY=0;entryDx=0;entryDy=0;endArrow=none;endFill=0;" target="59XTsty1G1Yx93DkZX_j-179">
          <mxGeometry relative="1" as="geometry">
            <Array as="points">
              <mxPoint x="1215" y="530" />
            </Array>
          </mxGeometry>
        </mxCell>
        <mxCell id="59XTsty1G1Yx93DkZX_j-180" parent="1" style="rounded=0;whiteSpace=wrap;html=1;fillColor=#f8cecc;strokeColor=#b85450;fontStyle=1" value="Computer Powerbus" vertex="1">
          <mxGeometry height="60" width="120" x="1335" y="510" as="geometry" />
        </mxCell>
        <mxCell id="59XTsty1G1Yx93DkZX_j-218" edge="1" parent="1" source="59XTsty1G1Yx93DkZX_j-208" style="edgeStyle=orthogonalEdgeStyle;orthogonalLoop=1;jettySize=auto;html=1;endArrow=none;endFill=0;" target="59XTsty1G1Yx93DkZX_j-66">
-           <mxGeometry relative="1" as="geometry" />
-         </mxCell>
-         <mxCell id="59XTsty1G1Yx93DkZX_j-219" edge="1" parent="1" source="59XTsty1G1Yx93DkZX_j-208" style="edgeStyle=orthogonalEdgeStyle;orthogonalLoop=1;jettySize=auto;html=1;entryX=1;entryY=0.5;entryDx=0;entryDy=0;endArrow=none;endFill=0;" target="59XTsty1G1Yx93DkZX_j-214">
-           <mxGeometry relative="1" as="geometry" />
+           <mxGeometry relative="1" as="geometry">
+             <Array as="points">
+               <mxPoint x="1520" y="250" />
+               <mxPoint x="1520" y="250" />
+             </Array>
+           </mxGeometry>
        </mxCell>
        <mxCell id="59XTsty1G1Yx93DkZX_j-224" edge="1" parent="1" source="59XTsty1G1Yx93DkZX_j-208" style="edgeStyle=orthogonalEdgeStyle;orthogonalLoop=1;jettySize=auto;html=1;entryX=1;entryY=0.5;entryDx=0;entryDy=0;endArrow=none;endFill=0;" target="59XTsty1G1Yx93DkZX_j-221">
          <mxGeometry relative="1" as="geometry">
            <Array as="points">
-               <mxPoint x="1359.35" y="280" />
-               <mxPoint x="1359.35" y="425" />
+               <mxPoint x="1500" y="230" />
+               <mxPoint x="1359" y="230" />
+               <mxPoint x="1359" y="425" />
+             </Array>
+           </mxGeometry>
+         </mxCell>
+         <mxCell id="37D4bjrBw4_Emu08I7YZ-1" edge="1" parent="1" source="59XTsty1G1Yx93DkZX_j-208" style="edgeStyle=orthogonalEdgeStyle;rounded=1;orthogonalLoop=1;jettySize=auto;html=1;endArrow=none;endFill=0;curved=0;" target="59XTsty1G1Yx93DkZX_j-214">
+           <mxGeometry relative="1" as="geometry">
+             <Array as="points">
+               <mxPoint x="1500" y="230" />
+               <mxPoint x="1205" y="230" />
            </Array>
          </mxGeometry>
        </mxCell>
        <mxCell id="59XTsty1G1Yx93DkZX_j-208" parent="1" style="rounded=0;whiteSpace=wrap;html=1;" value="Power Strip" vertex="1">
-           <mxGeometry height="60" width="120" x="1454.35" y="250" as="geometry" />
+           <mxGeometry height="60" width="120" x="1454.35" y="160" as="geometry" />
        </mxCell>
        <mxCell id="59XTsty1G1Yx93DkZX_j-226" edge="1" parent="1" source="59XTsty1G1Yx93DkZX_j-214" style="edgeStyle=orthogonalEdgeStyle;orthogonalLoop=1;jettySize=auto;html=1;dashed=1;strokeColor=#3333FF;entryX=0.75;entryY=0;entryDx=0;entryDy=0;endArrow=none;endFill=0;" target="59XTsty1G1Yx93DkZX_j-222" value="">
          <mxGeometry relative="1" as="geometry">
            <Array as="points">
              <mxPoint x="1180" y="360" />
              <mxPoint x="1179" y="360" />
            </Array>
          </mxGeometry>
        </mxCell>
        <mxCell id="59XTsty1G1Yx93DkZX_j-227" edge="1" parent="1" source="59XTsty1G1Yx93DkZX_j-214" style="edgeStyle=orthogonalEdgeStyle;orthogonalLoop=1;jettySize=auto;html=1;dashed=1;strokeColor=#3333FF;endArrow=none;endFill=0;" target="59XTsty1G1Yx93DkZX_j-221">
          <mxGeometry relative="1" as="geometry">
            <Array as="points">
              <mxPoint x="1244" y="350" />
              <mxPoint x="1244" y="350" />
            </Array>
          </mxGeometry>
        </mxCell>
        <mxCell id="0vSBfI8_46AL9H7hPHAw-9" edge="1" parent="1" source="59XTsty1G1Yx93DkZX_j-214" style="edgeStyle=orthogonalEdgeStyle;rounded=0;orthogonalLoop=1;jettySize=auto;html=1;endArrow=none;endFill=0;" target="0vSBfI8_46AL9H7hPHAw-7" value="">
          <mxGeometry relative="1" as="geometry">
            <Array as="points">
              <mxPoint x="1120" y="270" />
              <mxPoint x="1120" y="270" />
            </Array>
          </mxGeometry>
        </mxCell>
        <mxCell id="0vSBfI8_46AL9H7hPHAw-13" edge="1" parent="1" source="59XTsty1G1Yx93DkZX_j-214" style="edgeStyle=orthogonalEdgeStyle;rounded=1;orthogonalLoop=1;jettySize=auto;html=1;entryX=0.25;entryY=0;entryDx=0;entryDy=0;curved=0;endArrow=none;endFill=0;" target="59XTsty1G1Yx93DkZX_j-222">
          <mxGeometry relative="1" as="geometry">
            <Array as="points">
              <mxPoint x="1169.35" y="390" />
              <mxPoint x="1139.35" y="390" />
            </Array>
          </mxGeometry>
        </mxCell>
        <mxCell id="0vSBfI8_46AL9H7hPHAw-36" edge="1" parent="1" source="59XTsty1G1Yx93DkZX_j-214" style="edgeStyle=orthogonalEdgeStyle;rounded=0;orthogonalLoop=1;jettySize=auto;html=1;dashed=1;strokeColor=#3333FF;endArrow=none;endFill=0;" target="0vSBfI8_46AL9H7hPHAw-7" value="">
          <mxGeometry relative="1" as="geometry">
            <Array as="points">
              <mxPoint x="1120" y="290" />
              <mxPoint x="1120" y="290" />
            </Array>
          </mxGeometry>
        </mxCell>
        <mxCell id="59XTsty1G1Yx93DkZX_j-214" parent="1" style="rounded=0;whiteSpace=wrap;html=1;fillColor=#f8cecc;strokeColor=#b85450;fontStyle=1" value="&lt;div&gt;Laptop Surface Station&lt;/div&gt;&lt;div&gt;(Toughbook)&lt;/div&gt;" vertex="1">
          <mxGeometry height="60" width="120" x="1145" y="250" as="geometry" />
        </mxCell>
        <mxCell id="0vSBfI8_46AL9H7hPHAw-10" edge="1" parent="1" source="59XTsty1G1Yx93DkZX_j-221" style="edgeStyle=orthogonalEdgeStyle;rounded=1;orthogonalLoop=1;jettySize=auto;html=1;strokeColor=#3333FF;curved=0;dashed=1;exitX=0.5;exitY=1;exitDx=0;exitDy=0;endArrow=none;endFill=0;" target="0vSBfI8_46AL9H7hPHAw-7">
          <mxGeometry relative="1" as="geometry">
            <Array as="points">
              <mxPoint x="1244" y="460" />
              <mxPoint x="1030" y="460" />
            </Array>
          </mxGeometry>
        </mxCell>
        <mxCell id="59XTsty1G1Yx93DkZX_j-221" parent="1" style="rounded=0;whiteSpace=wrap;html=1;fillColor=#b1ddf0;strokeColor=#10739e;" value="Wireless Router" vertex="1">
          <mxGeometry height="30" width="80" x="1204.35" y="410" as="geometry" />
        </mxCell>
        <mxCell id="59XTsty1G1Yx93DkZX_j-222" parent="1" style="rounded=0;whiteSpace=wrap;html=1;fillColor=#b1ddf0;strokeColor=#10739e;" value="Joystick and Throttle" vertex="1">
          <mxGeometry height="30" width="80" x="1119.35" y="410" as="geometry" />
        </mxCell>
        <mxCell id="59XTsty1G1Yx93DkZX_j-242" edge="1" parent="1" source="59XTsty1G1Yx93DkZX_j-231" style="edgeStyle=orthogonalEdgeStyle;orthogonalLoop=1;jettySize=auto;html=1;entryX=0.25;entryY=0;entryDx=0;entryDy=0;dashed=1;strokeColor=#3333FF;endArrow=none;endFill=0;" target="59XTsty1G1Yx93DkZX_j-123">
          <mxGeometry relative="1" as="geometry">
            <Array as="points">
              <mxPoint x="1055" y="900" />
              <mxPoint x="1535" y="900" />
            </Array>
          </mxGeometry>
        </mxCell>
        <mxCell id="59XTsty1G1Yx93DkZX_j-243" edge="1" parent="1" source="59XTsty1G1Yx93DkZX_j-231" style="edgeStyle=orthogonalEdgeStyle;orthogonalLoop=1;jettySize=auto;html=1;entryX=0.25;entryY=0;entryDx=0;entryDy=0;dashed=1;strokeColor=#3333FF;endArrow=none;endFill=0;" target="59XTsty1G1Yx93DkZX_j-124">
          <mxGeometry relative="1" as="geometry">
            <Array as="points">
              <mxPoint x="1055" y="900" />
              <mxPoint x="1595" y="900" />
            </Array>
          </mxGeometry>
        </mxCell>
        <mxCell id="59XTsty1G1Yx93DkZX_j-244" edge="1" parent="1" source="59XTsty1G1Yx93DkZX_j-231" style="edgeStyle=orthogonalEdgeStyle;orthogonalLoop=1;jettySize=auto;html=1;entryX=0.25;entryY=0;entryDx=0;entryDy=0;dashed=1;strokeColor=#3333FF;endArrow=none;endFill=0;" target="59XTsty1G1Yx93DkZX_j-122">
          <mxGeometry relative="1" as="geometry">
            <Array as="points">
              <mxPoint x="1055" y="900" />
              <mxPoint x="1475" y="900" />
            </Array>
          </mxGeometry>
        </mxCell>
        <mxCell id="59XTsty1G1Yx93DkZX_j-245" edge="1" parent="1" source="59XTsty1G1Yx93DkZX_j-231" style="edgeStyle=orthogonalEdgeStyle;orthogonalLoop=1;jettySize=auto;html=1;entryX=0.25;entryY=0;entryDx=0;entryDy=0;dashed=1;strokeColor=#3333FF;endArrow=none;endFill=0;" target="59XTsty1G1Yx93DkZX_j-121">
          <mxGeometry relative="1" as="geometry">
            <Array as="points">
              <mxPoint x="1055" y="900" />
              <mxPoint x="1415" y="900" />
            </Array>
          </mxGeometry>
        </mxCell>
        <mxCell id="59XTsty1G1Yx93DkZX_j-246" edge="1" parent="1" source="59XTsty1G1Yx93DkZX_j-231" style="edgeStyle=orthogonalEdgeStyle;orthogonalLoop=1;jettySize=auto;html=1;entryX=0.25;entryY=0;entryDx=0;entryDy=0;dashed=1;strokeColor=#3333FF;endArrow=none;endFill=0;" target="59XTsty1G1Yx93DkZX_j-118">
          <mxGeometry relative="1" as="geometry">
            <Array as="points">
              <mxPoint x="1055" y="900" />
              <mxPoint x="1355" y="900" />
            </Array>
          </mxGeometry>
        </mxCell>
        <mxCell id="59XTsty1G1Yx93DkZX_j-247" edge="1" parent="1" source="59XTsty1G1Yx93DkZX_j-231" style="edgeStyle=orthogonalEdgeStyle;orthogonalLoop=1;jettySize=auto;html=1;entryX=0.25;entryY=0;entryDx=0;entryDy=0;dashed=1;strokeColor=#3333FF;endArrow=none;endFill=0;" target="59XTsty1G1Yx93DkZX_j-117">
          <mxGeometry relative="1" as="geometry">
            <Array as="points">
              <mxPoint x="1055" y="900" />
              <mxPoint x="1295" y="900" />
            </Array>
          </mxGeometry>
        </mxCell>
        <mxCell id="59XTsty1G1Yx93DkZX_j-248" edge="1" parent="1" source="59XTsty1G1Yx93DkZX_j-231" style="edgeStyle=orthogonalEdgeStyle;orthogonalLoop=1;jettySize=auto;html=1;entryX=0.25;entryY=0;entryDx=0;entryDy=0;dashed=1;strokeColor=#3333FF;endArrow=none;endFill=0;" target="59XTsty1G1Yx93DkZX_j-120">
          <mxGeometry relative="1" as="geometry">
            <Array as="points">
              <mxPoint x="1055" y="900" />
              <mxPoint x="1235" y="900" />
            </Array>
          </mxGeometry>
        </mxCell>
        <mxCell id="59XTsty1G1Yx93DkZX_j-249" edge="1" parent="1" source="59XTsty1G1Yx93DkZX_j-231" style="edgeStyle=orthogonalEdgeStyle;orthogonalLoop=1;jettySize=auto;html=1;entryX=0.25;entryY=0;entryDx=0;entryDy=0;dashed=1;strokeColor=#3333FF;endArrow=none;endFill=0;" target="59XTsty1G1Yx93DkZX_j-116">
          <mxGeometry relative="1" as="geometry">
            <Array as="points">
              <mxPoint x="1055" y="900" />
              <mxPoint x="1175" y="900" />
            </Array>
          </mxGeometry>
        </mxCell>
        <mxCell id="0vSBfI8_46AL9H7hPHAw-2" edge="1" parent="1" source="59XTsty1G1Yx93DkZX_j-231" style="edgeStyle=orthogonalEdgeStyle;rounded=1;orthogonalLoop=1;jettySize=auto;html=1;entryX=0;entryY=0.5;entryDx=0;entryDy=0;dashed=1;strokeColor=#3333FF;curved=0;endArrow=none;endFill=0;" target="59XTsty1G1Yx93DkZX_j-155">
          <mxGeometry relative="1" as="geometry" />
        </mxCell>
        <mxCell id="0vSBfI8_46AL9H7hPHAw-6" edge="1" parent="1" source="59XTsty1G1Yx93DkZX_j-231" style="edgeStyle=orthogonalEdgeStyle;rounded=1;orthogonalLoop=1;jettySize=auto;html=1;entryX=0;entryY=0.5;entryDx=0;entryDy=0;curved=0;dashed=1;strokeColor=#3333FF;endArrow=none;endFill=0;" target="0vSBfI8_46AL9H7hPHAw-3">
          <mxGeometry relative="1" as="geometry" />
        </mxCell>
        <mxCell id="59XTsty1G1Yx93DkZX_j-231" parent="1" style="rounded=0;whiteSpace=wrap;html=1;fillColor=#b1ddf0;strokeColor=#10739e;" value="Motor Controller" vertex="1">
          <mxGeometry height="30" width="80" x="1015" y="860" as="geometry" />
        </mxCell>
        <mxCell id="0vSBfI8_46AL9H7hPHAw-3" parent="1" style="rounded=0;whiteSpace=wrap;html=1;fillColor=#b1ddf0;strokeColor=#10739e;" value="Spinner Tool Servo" vertex="1">
          <mxGeometry height="30" width="80" x="1165" y="780" as="geometry" />
        </mxCell>
        <mxCell id="0vSBfI8_46AL9H7hPHAw-30" edge="1" parent="1" source="0vSBfI8_46AL9H7hPHAw-7" style="edgeStyle=orthogonalEdgeStyle;rounded=1;orthogonalLoop=1;jettySize=auto;html=1;entryX=0.167;entryY=-0.009;entryDx=0;entryDy=0;dashed=1;strokeColor=#3333FF;curved=0;entryPerimeter=0;endArrow=none;endFill=0;" target="59XTsty1G1Yx93DkZX_j-111">
          <mxGeometry relative="1" as="geometry">
            <Array as="points">
              <mxPoint x="940" y="280" />
            </Array>
          </mxGeometry>
        </mxCell>
        <mxCell id="0vSBfI8_46AL9H7hPHAw-40" connectable="0" parent="0vSBfI8_46AL9H7hPHAw-30" style="edgeLabel;html=1;align=center;verticalAlign=middle;resizable=0;points=[];" value="TETHER (DATA)" vertex="1">
          <mxGeometry relative="1" x="-0.3495" as="geometry">
            <mxPoint as="offset" />
          </mxGeometry>
        </mxCell>
        <mxCell id="0vSBfI8_46AL9H7hPHAw-7" parent="1" style="rounded=0;whiteSpace=wrap;html=1;fillColor=#f8cecc;strokeColor=#b85450;fontStyle=1" value="Fathom-X Tether Interface" vertex="1">
          <mxGeometry height="60" width="120" x="975" y="250" as="geometry" />
        </mxCell>
        <mxCell id="0vSBfI8_46AL9H7hPHAw-19" parent="1" style="text;html=1;whiteSpace=wrap;strokeColor=none;fillColor=none;align=center;verticalAlign=middle;rounded=0;rotation=270;" value="&lt;font face=&quot;Helvetica&quot; style=&quot;font-size: 28px;&quot;&gt;&lt;b&gt;&lt;span style=&quot;color: rgb(0, 102, 204);&quot;&gt;IN WATER&lt;/span&gt;&lt;/b&gt;&lt;/font&gt;" vertex="1">
          <mxGeometry height="30" width="140.65" x="809.03" y="549.67" as="geometry" />
        </mxCell>
        <mxCell id="0vSBfI8_46AL9H7hPHAw-21" edge="1" parent="1" style="endArrow=none;html=1;rounded=0;strokeWidth=3;fillColor=#fad7ac;strokeColor=#b46504;shadow=1;" value="">
          <mxGeometry height="50" relative="1" width="50" as="geometry">
            <mxPoint x="889.35" y="480" as="sourcePoint" />
            <mxPoint x="890" y="150" as="targetPoint" />
          </mxGeometry>
        </mxCell>
        <mxCell id="0vSBfI8_46AL9H7hPHAw-24" edge="1" parent="1" style="endArrow=none;html=1;rounded=0;strokeWidth=3;fillColor=#fad7ac;strokeColor=#b46504;shadow=1;" value="">
          <mxGeometry height="50" relative="1" width="50" as="geometry">
            <mxPoint x="890" y="150" as="sourcePoint" />
            <mxPoint x="1639.35" y="150" as="targetPoint" />
          </mxGeometry>
        </mxCell>
        <mxCell id="0vSBfI8_46AL9H7hPHAw-25" edge="1" parent="1" style="endArrow=none;html=1;rounded=0;strokeWidth=3;fillColor=#fad7ac;strokeColor=#b46504;shadow=1;" value="">
          <mxGeometry height="50" relative="1" width="50" as="geometry">
            <mxPoint x="1639.35" y="480" as="sourcePoint" />
            <mxPoint x="1639.35" y="150" as="targetPoint" />
          </mxGeometry>
        </mxCell>
        <mxCell id="0vSBfI8_46AL9H7hPHAw-26" edge="1" parent="1" style="endArrow=none;html=1;rounded=0;strokeWidth=3;fillColor=#fad7ac;strokeColor=#b46504;shadow=1;" value="">
          <mxGeometry height="50" relative="1" width="50" as="geometry">
            <mxPoint x="889.35" y="480" as="sourcePoint" />
            <mxPoint x="1639.35" y="480" as="targetPoint" />
          </mxGeometry>
        </mxCell>
        <mxCell id="0vSBfI8_46AL9H7hPHAw-27" parent="1" style="text;html=1;whiteSpace=wrap;strokeColor=none;fillColor=none;align=center;verticalAlign=middle;rounded=0;rotation=270;" value="&lt;font style=&quot;font-size: 28px; color: rgb(180, 101, 4);&quot;&gt;&lt;b&gt;SURFACE&lt;/b&gt;&lt;/font&gt;" vertex="1">
          <mxGeometry height="30" width="140" x="809.35" y="390" as="geometry" />
        </mxCell>
        <mxCell id="0vSBfI8_46AL9H7hPHAw-37" parent="1" style="rounded=0;whiteSpace=wrap;html=1;fillColor=#b1ddf0;strokeColor=#10739e;" value="Camera" vertex="1">
          <mxGeometry height="30" width="80" x="1165" y="620" as="geometry" />
        </mxCell>
      </root>
    </mxGraphModel>
  </diagram>
</mxfile>
